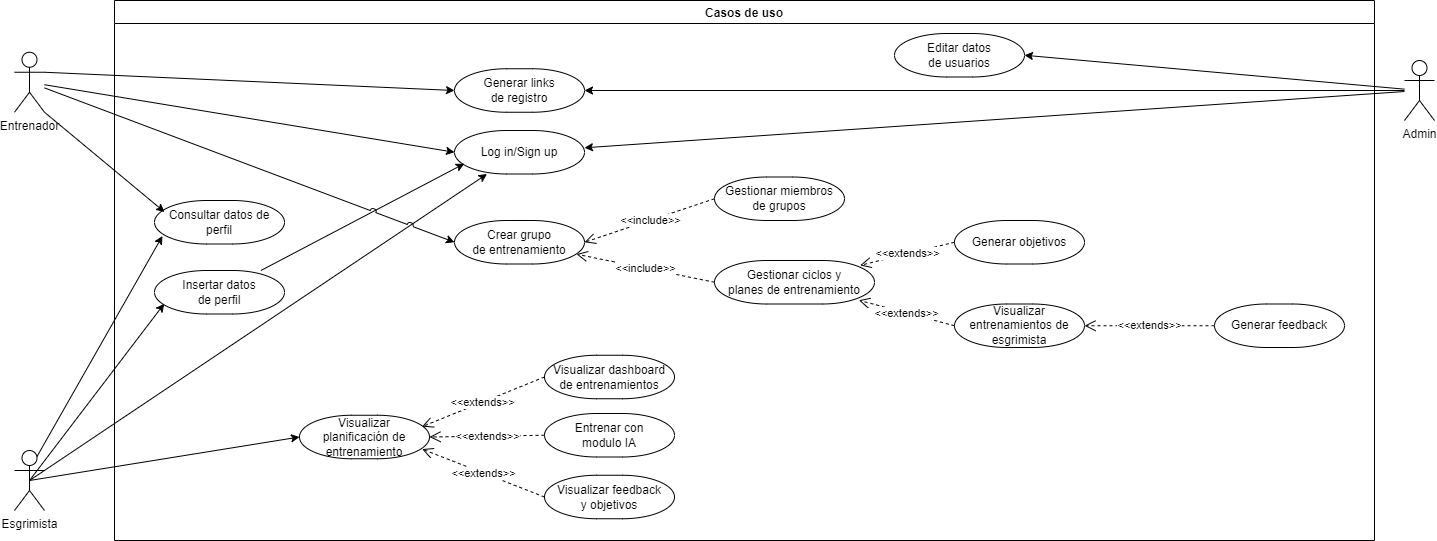
Earlier version of the draw.io export Design/Web_app/diagrama_casos_de_usos.png (Diego-Hiriart/Capstone_Hiriart-Corales-Samaniego). Source tidied: cells renumbered, new cells last; positions are measured from the earlier drawing's top-left corner, leaving out a move shared by most shapes. Source of this version:
```xml
<mxGraphModel>
  <root>
    <mxCell id="0" />
    <mxCell id="1" parent="0" />
    <mxCell id="2" value="Casos de uso" style="swimlane;fillStyle=solid;swimlaneFillColor=default;" parent="1" vertex="1">
      <mxGeometry x="100" width="1260" height="540" as="geometry" />
    </mxCell>
    <mxCell id="3" value="Log in/Sign up" style="rounded=1;whiteSpace=wrap;html=1;perimeterSpacing=0;arcSize=120;" parent="2" vertex="1">
      <mxGeometry x="340" y="130" width="130" height="43.5" as="geometry" />
    </mxCell>
    <mxCell id="4" value="Editar datos&lt;br&gt;de usuarios" style="rounded=1;whiteSpace=wrap;html=1;perimeterSpacing=0;arcSize=120;" parent="2" vertex="1">
      <mxGeometry x="780" y="33" width="130" height="43.5" as="geometry" />
    </mxCell>
    <mxCell id="5" value="Generar links&lt;br&gt;de registro" style="rounded=1;whiteSpace=wrap;html=1;perimeterSpacing=0;arcSize=120;" parent="2" vertex="1">
      <mxGeometry x="340" y="68.2" width="130" height="43.5" as="geometry" />
    </mxCell>
    <mxCell id="6" value="Crear grupo&lt;br&gt;de entrenamiento" style="rounded=1;whiteSpace=wrap;html=1;perimeterSpacing=0;arcSize=120;" parent="2" vertex="1">
      <mxGeometry x="340" y="220" width="130" height="43.5" as="geometry" />
    </mxCell>
    <mxCell id="7" value="Gestionar miembros&lt;br&gt;de grupos" style="rounded=1;whiteSpace=wrap;html=1;perimeterSpacing=0;arcSize=120;" parent="2" vertex="1">
      <mxGeometry x="600" y="176.5" width="130" height="43.5" as="geometry" />
    </mxCell>
    <mxCell id="8" value="Gestionar ciclos y &lt;br&gt;planes de entrenamiento" style="rounded=1;whiteSpace=wrap;html=1;perimeterSpacing=0;arcSize=120;" parent="2" vertex="1">
      <mxGeometry x="600" y="260" width="160" height="43.5" as="geometry" />
    </mxCell>
    <mxCell id="9" value="Consultar datos de perfil" style="rounded=1;whiteSpace=wrap;html=1;perimeterSpacing=0;arcSize=120;" parent="2" vertex="1">
      <mxGeometry x="40" y="200" width="130" height="43.5" as="geometry" />
    </mxCell>
    <mxCell id="10" value="Visualizar &lt;br&gt;planificación de entrenamiento" style="rounded=1;whiteSpace=wrap;html=1;perimeterSpacing=0;arcSize=120;" parent="2" vertex="1">
      <mxGeometry x="185" y="414.8" width="130" height="43.5" as="geometry" />
    </mxCell>
    <mxCell id="11" value="Entrenar con&lt;br&gt;modulo IA" style="rounded=1;whiteSpace=wrap;html=1;perimeterSpacing=0;arcSize=120;" parent="2" vertex="1">
      <mxGeometry x="430" y="413" width="130" height="43.5" as="geometry" />
    </mxCell>
    <mxCell id="12" value="Visualizar dashboard&lt;br&gt;de entrenamientos" style="rounded=1;whiteSpace=wrap;html=1;perimeterSpacing=0;arcSize=120;" parent="2" vertex="1">
      <mxGeometry x="430" y="354.8" width="130" height="43.5" as="geometry" />
    </mxCell>
    <mxCell id="13" value="Visualizar feedback&lt;br&gt;y objetivos" style="rounded=1;whiteSpace=wrap;html=1;perimeterSpacing=0;arcSize=120;" parent="2" vertex="1">
      <mxGeometry x="430" y="474.8" width="130" height="43.5" as="geometry" />
    </mxCell>
    <mxCell id="14" value="Visualizar entrenamientos de&lt;br&gt;esgrimista" style="rounded=1;whiteSpace=wrap;html=1;perimeterSpacing=0;arcSize=120;" parent="2" vertex="1">
      <mxGeometry x="840" y="303.5" width="130" height="43.5" as="geometry" />
    </mxCell>
    <mxCell id="15" value="&amp;lt;&amp;lt;include&amp;gt;&amp;gt;" style="endArrow=open;endSize=9;endFill=0;html=1;rounded=0;dashed=1;entryX=1;entryY=0.5;entryDx=0;entryDy=0;exitX=0;exitY=0.5;exitDx=0;exitDy=0;" parent="2" edge="1" source="7" target="6">
      <mxGeometry relative="1" as="geometry" />
    </mxCell>
    <mxCell id="16" value="&amp;lt;&amp;lt;include&amp;gt;&amp;gt;" style="endArrow=open;endSize=9;endFill=0;html=1;rounded=0;dashed=1;entryX=0.938;entryY=0.774;entryDx=0;entryDy=0;exitX=0;exitY=0.5;exitDx=0;exitDy=0;entryPerimeter=0;" parent="2" edge="1" source="8" target="6">
      <mxGeometry relative="1" as="geometry" />
    </mxCell>
    <mxCell id="17" value="Generar objetivos" style="rounded=1;whiteSpace=wrap;html=1;perimeterSpacing=0;arcSize=120;" parent="2" vertex="1">
      <mxGeometry x="840" y="220" width="130" height="43.5" as="geometry" />
    </mxCell>
    <mxCell id="18" value="&amp;lt;&amp;lt;extends&amp;gt;&amp;gt;" style="endArrow=open;endSize=9;endFill=0;html=1;rounded=0;dashed=1;entryX=0.91;entryY=0.112;entryDx=0;entryDy=0;exitX=0;exitY=0.5;exitDx=0;exitDy=0;entryPerimeter=0;" parent="2" edge="1" source="17" target="8">
      <mxGeometry relative="1" as="geometry" />
    </mxCell>
    <mxCell id="19" value="&amp;lt;&amp;lt;extends&amp;gt;&amp;gt;" style="endArrow=open;endSize=9;endFill=0;html=1;rounded=0;dashed=1;entryX=0.902;entryY=0.914;entryDx=0;entryDy=0;entryPerimeter=0;exitX=0;exitY=0.5;exitDx=0;exitDy=0;" parent="2" edge="1" source="14" target="8">
      <mxGeometry relative="1" as="geometry" />
    </mxCell>
    <mxCell id="20" value="&amp;lt;&amp;lt;extends&amp;gt;&amp;gt;" style="endArrow=open;endSize=9;endFill=0;html=1;rounded=0;dashed=1;entryX=0.943;entryY=0.262;entryDx=0;entryDy=0;exitX=0;exitY=0.5;exitDx=0;exitDy=0;entryPerimeter=0;" parent="2" edge="1" source="12" target="10">
      <mxGeometry relative="1" as="geometry" />
    </mxCell>
    <mxCell id="21" value="&amp;lt;&amp;lt;extends&amp;gt;&amp;gt;" style="endArrow=open;endSize=9;endFill=0;html=1;rounded=0;dashed=1;entryX=1;entryY=0.5;entryDx=0;entryDy=0;exitX=0;exitY=0.5;exitDx=0;exitDy=0;" parent="2" edge="1" source="11" target="10">
      <mxGeometry relative="1" as="geometry" />
    </mxCell>
    <mxCell id="22" value="&amp;lt;&amp;lt;extends&amp;gt;&amp;gt;" style="endArrow=open;endSize=9;endFill=0;html=1;rounded=0;dashed=1;entryX=0.943;entryY=0.778;entryDx=0;entryDy=0;entryPerimeter=0;exitX=0;exitY=0.5;exitDx=0;exitDy=0;" parent="2" edge="1" source="13" target="10">
      <mxGeometry relative="1" as="geometry" />
    </mxCell>
    <mxCell id="23" style="rounded=0;jettySize=auto;html=1;jumpStyle=arc;jumpSize=6;" parent="1" edge="1" source="24" target="3">
      <mxGeometry relative="1" as="geometry" />
    </mxCell>
    <mxCell id="24" value="Admin" style="shape=umlActor;verticalLabelPosition=bottom;verticalAlign=top;html=1;outlineConnect=0;" parent="1" vertex="1">
      <mxGeometry x="1390" y="60" width="30" height="60" as="geometry" />
    </mxCell>
    <mxCell id="25" style="rounded=0;jettySize=auto;html=1;jumpStyle=arc;jumpSize=6;entryX=0;entryY=0.5;entryDx=0;entryDy=0;" parent="1" edge="1" source="27" target="3">
      <mxGeometry relative="1" as="geometry" />
    </mxCell>
    <mxCell id="26" style="rounded=0;jettySize=auto;html=1;exitX=1;exitY=1;exitDx=0;exitDy=0;exitPerimeter=0;entryX=0.077;entryY=0.264;entryDx=0;entryDy=0;entryPerimeter=0;jumpStyle=arc;" parent="1" edge="1" source="27" target="9">
      <mxGeometry relative="1" as="geometry" />
    </mxCell>
    <mxCell id="27" value="Entrenador" style="shape=umlActor;verticalLabelPosition=bottom;verticalAlign=top;html=1;outlineConnect=0;" parent="1" vertex="1">
      <mxGeometry y="51.8" width="30" height="60" as="geometry" />
    </mxCell>
    <mxCell id="28" style="rounded=0;jettySize=auto;html=1;entryX=0.075;entryY=0.763;entryDx=0;entryDy=0;jumpStyle=arc;jumpSize=6;entryPerimeter=0;" parent="1" edge="1" source="38" target="3">
      <mxGeometry relative="1" as="geometry" />
    </mxCell>
    <mxCell id="29" style="rounded=0;jettySize=auto;html=1;exitX=0.5;exitY=0.5;exitDx=0;exitDy=0;exitPerimeter=0;entryX=0.25;entryY=1;entryDx=0;entryDy=0;jumpStyle=arc;" parent="1" edge="1" source="31" target="3">
      <mxGeometry relative="1" as="geometry" />
    </mxCell>
    <mxCell id="30" style="rounded=0;jettySize=auto;html=1;exitX=0.5;exitY=0.5;exitDx=0;exitDy=0;exitPerimeter=0;entryX=0;entryY=0.5;entryDx=0;entryDy=0;jumpStyle=arc;" parent="1" edge="1" source="31" target="10">
      <mxGeometry relative="1" as="geometry" />
    </mxCell>
    <mxCell id="31" value="Esgrimista" style="shape=umlActor;verticalLabelPosition=bottom;verticalAlign=top;html=1;outlineConnect=0;" parent="1" vertex="1">
      <mxGeometry y="450" width="30" height="60" as="geometry" />
    </mxCell>
    <mxCell id="32" style="rounded=0;jettySize=auto;html=1;entryX=0;entryY=0.5;entryDx=0;entryDy=0;jumpStyle=arc;jumpSize=6;" parent="1" edge="1" source="27" target="6">
      <mxGeometry relative="1" as="geometry" />
    </mxCell>
    <mxCell id="33" style="rounded=0;jettySize=auto;html=1;entryX=1;entryY=0.5;entryDx=0;entryDy=0;jumpStyle=arc;jumpSize=6;" parent="1" edge="1" source="24" target="4">
      <mxGeometry relative="1" as="geometry" />
    </mxCell>
    <mxCell id="34" style="rounded=0;jettySize=auto;html=1;entryX=1;entryY=0.5;entryDx=0;entryDy=0;jumpStyle=arc;jumpSize=6;" parent="1" edge="1" source="24" target="5">
      <mxGeometry relative="1" as="geometry" />
    </mxCell>
    <mxCell id="35" style="rounded=0;jettySize=auto;html=1;entryX=0;entryY=0.5;entryDx=0;entryDy=0;exitX=1;exitY=0.3333333333333333;exitDx=0;exitDy=0;exitPerimeter=0;jumpStyle=arc;jumpSize=6;" parent="1" edge="1" source="27" target="5">
      <mxGeometry relative="1" as="geometry" />
    </mxCell>
    <mxCell id="36" style="rounded=0;jettySize=auto;html=1;entryX=0.061;entryY=0.817;entryDx=0;entryDy=0;jumpStyle=arc;jumpSize=6;entryPerimeter=0;exitX=0.75;exitY=0.1;exitDx=0;exitDy=0;exitPerimeter=0;" parent="1" edge="1" source="31" target="9">
      <mxGeometry relative="1" as="geometry" />
    </mxCell>
    <mxCell id="37" style="rounded=0;jettySize=auto;html=1;entryX=0.075;entryY=0.763;entryDx=0;entryDy=0;jumpStyle=arc;jumpSize=6;entryPerimeter=0;exitX=0.5;exitY=0.5;exitDx=0;exitDy=0;exitPerimeter=0;" parent="1" edge="1" source="31" target="38">
      <mxGeometry relative="1" as="geometry" />
    </mxCell>
    <mxCell id="38" value="Insertar datos&lt;br&gt;de perfil" style="rounded=1;whiteSpace=wrap;html=1;perimeterSpacing=0;arcSize=120;" parent="1" vertex="1">
      <mxGeometry x="140" y="270" width="130" height="43.5" as="geometry" />
    </mxCell>
    <mxCell id="39" value="Generar feedback" style="rounded=1;whiteSpace=wrap;html=1;perimeterSpacing=0;arcSize=120;" parent="1" vertex="1">
      <mxGeometry x="1200" y="303.5" width="130" height="43.5" as="geometry" />
    </mxCell>
    <mxCell id="40" value="&amp;lt;&amp;lt;extends&amp;gt;&amp;gt;" style="endArrow=open;endSize=9;endFill=0;html=1;rounded=0;dashed=1;entryX=1;entryY=0.5;entryDx=0;entryDy=0;exitX=0;exitY=0.5;exitDx=0;exitDy=0;" parent="1" edge="1" source="39" target="14">
      <mxGeometry relative="1" as="geometry" />
    </mxCell>
  </root>
</mxGraphModel>
```
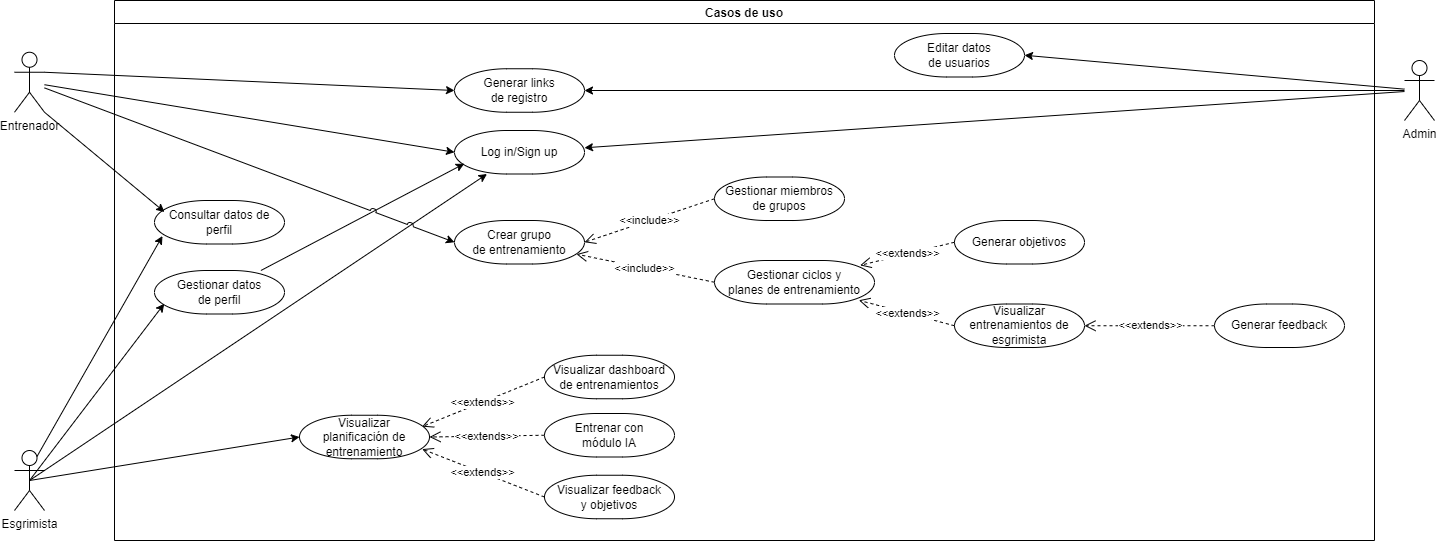
After the commit.

The edit, as a diff of the source:
```diff
@@ -29,7 +29,7 @@
     <mxCell id="10" value="Visualizar &lt;br&gt;planificación de entrenamiento" style="rounded=1;whiteSpace=wrap;html=1;perimeterSpacing=0;arcSize=120;" parent="2" vertex="1">
       <mxGeometry x="185" y="414.8" width="130" height="43.5" as="geometry" />
     </mxCell>
-    <mxCell id="11" value="Entrenar con&lt;br&gt;modulo IA" style="rounded=1;whiteSpace=wrap;html=1;perimeterSpacing=0;arcSize=120;" parent="2" vertex="1">
+    <mxCell id="11" value="Entrenar con&lt;br&gt;módulo IA" style="rounded=1;whiteSpace=wrap;html=1;perimeterSpacing=0;arcSize=120;" parent="2" vertex="1">
       <mxGeometry x="430" y="413" width="130" height="43.5" as="geometry" />
     </mxCell>
     <mxCell id="12" value="Visualizar dashboard&lt;br&gt;de entrenamientos" style="rounded=1;whiteSpace=wrap;html=1;perimeterSpacing=0;arcSize=120;" parent="2" vertex="1">
@@ -110,7 +110,7 @@
     <mxCell id="37" style="rounded=0;jettySize=auto;html=1;entryX=0.075;entryY=0.763;entryDx=0;entryDy=0;jumpStyle=arc;jumpSize=6;entryPerimeter=0;exitX=0.5;exitY=0.5;exitDx=0;exitDy=0;exitPerimeter=0;" parent="1" edge="1" source="31" target="38">
       <mxGeometry relative="1" as="geometry" />
     </mxCell>
-    <mxCell id="38" value="Insertar datos&lt;br&gt;de perfil" style="rounded=1;whiteSpace=wrap;html=1;perimeterSpacing=0;arcSize=120;" parent="1" vertex="1">
+    <mxCell id="38" value="Gestionar datos&lt;br&gt;de perfil" style="rounded=1;whiteSpace=wrap;html=1;perimeterSpacing=0;arcSize=120;" parent="1" vertex="1">
       <mxGeometry x="140" y="270" width="130" height="43.5" as="geometry" />
     </mxCell>
     <mxCell id="39" value="Generar feedback" style="rounded=1;whiteSpace=wrap;html=1;perimeterSpacing=0;arcSize=120;" parent="1" vertex="1">
```
